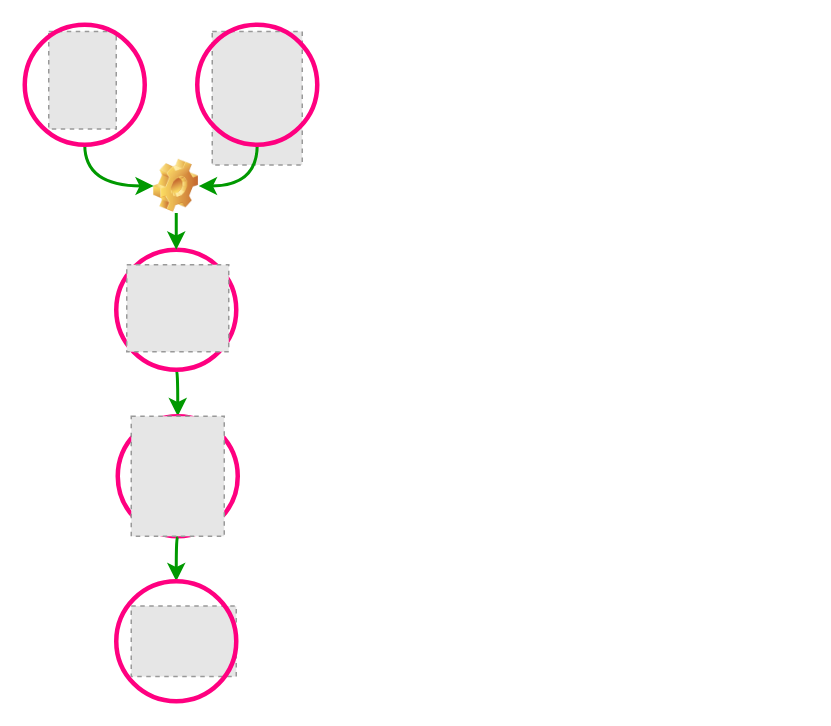
Earlier version of the draw.io diagram Untitled Diagram.drawio (AwaleSajil/drawable). Source tidied: cells renumbered, new cells numbered last; positions are measured from the earlier drawing's top-left corner, leaving out a move shared by most shapes. Both pictures are drawn from the tidied source at 150%, with x=0, y=0 at pixel (24, 24). Pictures stored in the file or linked from it are replaced by grey dashed boxes.
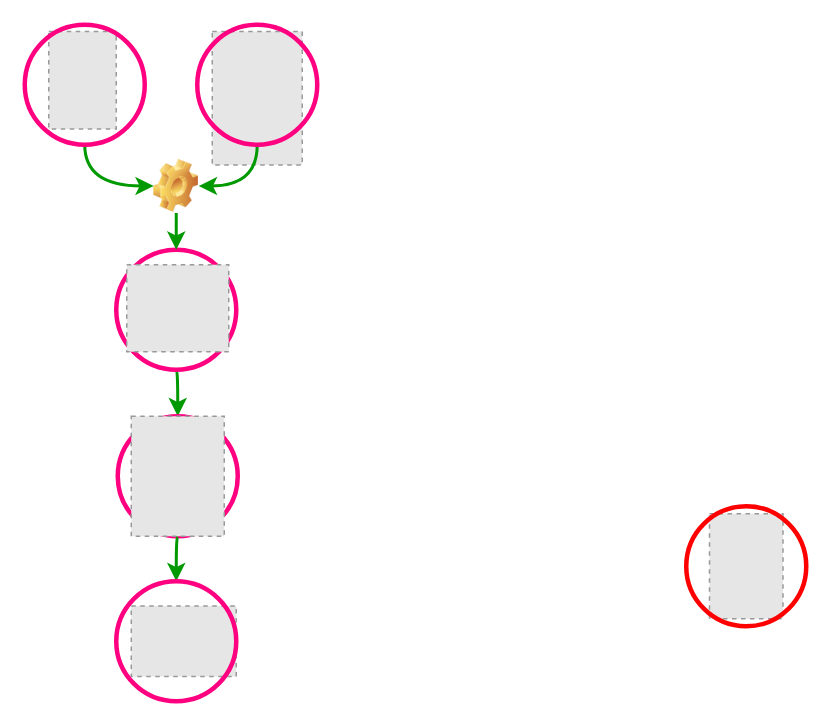
Above is the later version.

Change to the diagram source:
```diff
@@
 <mxGraphModel>
   <root>
     <mxCell id="0" />
     <mxCell id="1" parent="0" />
     <mxCell id="2" style="edgeStyle=orthogonalEdgeStyle;curved=1;jettySize=auto;html=1;exitX=0.5;exitY=1;exitDx=0;exitDy=0;entryX=0.5;entryY=0;entryDx=0;entryDy=0;strokeColor=#009900;strokeWidth=2;" parent="1" edge="1" source="3" target="13">
       <mxGeometry relative="1" as="geometry" />
     </mxCell>
     <mxCell id="3" style="ellipse;whiteSpace=wrap;html=1;fillColor=none;strokeColor=#FF0080;strokeWidth=3;" parent="1" vertex="1">
       <mxGeometry x="61" y="150" width="80" height="80" as="geometry" />
     </mxCell>
     <mxCell id="4" style="edgeStyle=orthogonalEdgeStyle;curved=1;jettySize=auto;html=1;exitX=0.5;exitY=1;exitDx=0;exitDy=0;entryX=0.5;entryY=0;entryDx=0;entryDy=0;strokeColor=#009900;strokeWidth=2;" parent="1" edge="1" source="5" target="3">
       <mxGeometry relative="1" as="geometry" />
     </mxCell>
     <mxCell id="5" style="shape=image;html=1;verticalLabelPosition=bottom;labelBackgroundColor=#ffffff;verticalAlign=top;imageAspect=1;image=img/clipart/Gear_128x128.png;" parent="1" vertex="1">
       <mxGeometry x="86" y="89.5" width="30" height="36" as="geometry" />
     </mxCell>
     <mxCell id="6" style="fillColor=#E6E6E6;strokeColor=#999999;dashed=1;verticalLabelPosition=bottom;labelBackgroundColor=#ffffff;verticalAlign=top;" parent="1" vertex="1">
       <mxGeometry x="68" y="160" width="68" height="58" as="geometry" />
     </mxCell>
     <mxCell id="7" style="fillColor=#E6E6E6;strokeColor=#999999;dashed=1;verticalLabelPosition=bottom;labelBackgroundColor=#ffffff;verticalAlign=top;" parent="1" vertex="1">
       <mxGeometry x="16" y="4.5" width="45" height="65" as="geometry" />
     </mxCell>
     <mxCell id="8" style="edgeStyle=orthogonalEdgeStyle;curved=1;jettySize=auto;html=1;exitX=0.5;exitY=1;exitDx=0;exitDy=0;entryX=0;entryY=0.5;entryDx=0;entryDy=0;strokeColor=#009900;strokeWidth=2;" parent="1" edge="1" source="9" target="5">
       <mxGeometry relative="1" as="geometry" />
     </mxCell>
     <mxCell id="9" style="ellipse;whiteSpace=wrap;html=1;fillColor=none;strokeColor=#FF0080;strokeWidth=3;" parent="1" vertex="1">
       <mxGeometry width="80" height="80" as="geometry" />
     </mxCell>
     <mxCell id="10" style="fillColor=#E6E6E6;strokeColor=#999999;dashed=1;verticalLabelPosition=bottom;labelBackgroundColor=#ffffff;verticalAlign=top;" parent="1" vertex="1">
       <mxGeometry x="125" y="4.5" width="60" height="89" as="geometry" />
     </mxCell>
     <mxCell id="11" style="edgeStyle=orthogonalEdgeStyle;curved=1;jettySize=auto;html=1;exitX=0.5;exitY=1;exitDx=0;exitDy=0;entryX=1;entryY=0.5;entryDx=0;entryDy=0;strokeColor=#009900;strokeWidth=2;" parent="1" edge="1" source="12" target="5">
       <mxGeometry relative="1" as="geometry" />
     </mxCell>
     <mxCell id="12" style="ellipse;whiteSpace=wrap;html=1;fillColor=none;strokeColor=#FF0080;strokeWidth=3;" parent="1" vertex="1">
       <mxGeometry x="115" width="80" height="80" as="geometry" />
     </mxCell>
     <mxCell id="13" style="ellipse;whiteSpace=wrap;html=1;fillColor=none;strokeColor=#FF0080;strokeWidth=3;" parent="1" vertex="1">
       <mxGeometry x="62" y="261" width="80" height="80" as="geometry" />
     </mxCell>
     <mxCell id="14" style="edgeStyle=orthogonalEdgeStyle;curved=1;jettySize=auto;html=1;exitX=0.5;exitY=1;exitDx=0;exitDy=0;entryX=0.5;entryY=0;entryDx=0;entryDy=0;strokeColor=#009900;strokeWidth=2;" parent="1" edge="1" source="15" target="17">
       <mxGeometry relative="1" as="geometry" />
     </mxCell>
     <mxCell id="15" style="fillColor=#E6E6E6;strokeColor=#999999;dashed=1;verticalLabelPosition=bottom;labelBackgroundColor=#ffffff;verticalAlign=top;" parent="1" vertex="1">
       <mxGeometry x="71" y="261" width="62" height="80" as="geometry" />
     </mxCell>
     <mxCell id="16" style="fillColor=#E6E6E6;strokeColor=#999999;dashed=1;verticalLabelPosition=bottom;labelBackgroundColor=#ffffff;verticalAlign=top;" parent="1" vertex="1">
       <mxGeometry x="71" y="387.5" width="70" height="47" as="geometry" />
     </mxCell>
     <mxCell id="17" style="ellipse;whiteSpace=wrap;html=1;fillColor=none;strokeColor=#FF0080;strokeWidth=3;" parent="1" vertex="1">
       <mxGeometry x="61" y="371" width="80" height="80" as="geometry" />
     </mxCell>
+    <mxCell id="18" style="fillColor=#E6E6E6;strokeColor=#999999;dashed=1;verticalLabelPosition=bottom;labelBackgroundColor=#ffffff;verticalAlign=top;" parent="1" vertex="1">
+      <mxGeometry x="456.5" y="326" width="49" height="70" as="geometry" />
+    </mxCell>
+    <mxCell id="19" style="ellipse;whiteSpace=wrap;html=1;fillColor=none;strokeColor=#FF0000;strokeWidth=3;" parent="1" vertex="1">
+      <mxGeometry x="441" y="321" width="80" height="80" as="geometry" />
+    </mxCell>
   </root>
 </mxGraphModel>
```
